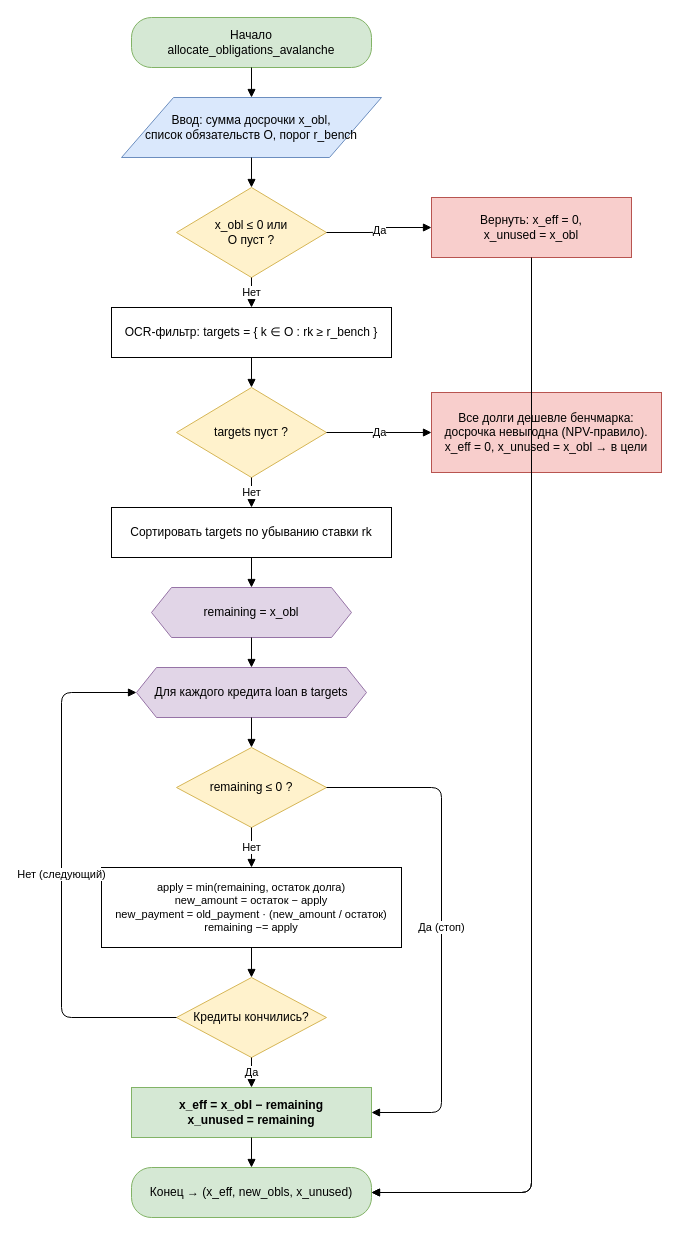
This is docs/diagrams/02_avalanche_GOST.drawio from vevdokimovm/personal-finance-dss, a draw.io file, before an edit. Source tidied: cells renumbered, new cells numbered last; positions are measured from the earlier drawing's top-left corner, leaving out a move shared by most shapes. Both pictures are drawn from the tidied source at 100%, with x=0, y=0 at pixel (61, 17).
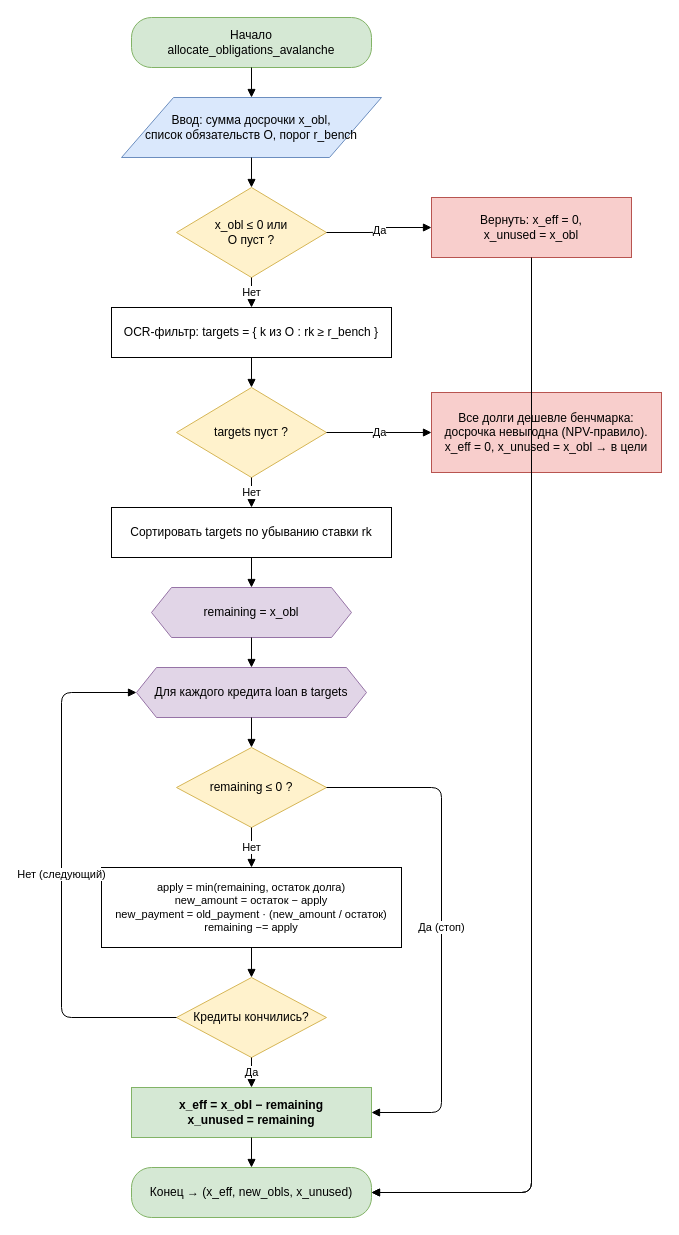
The same diagram, later.

The edit, as a diff of the source:
```diff
@@
-    <mxCell id="6" value="OCR-фильтр: targets = { k ∈ O : rk ≥ r_bench }" style="rounded=0;whiteSpace=wrap;html=1;fillColor=#ffffff;strokeColor=#000000;fontSize=12;" parent="1" vertex="1">
+    <mxCell id="6" value="OCR-фильтр: targets = { k из O : rk ≥ r_bench }" style="rounded=0;whiteSpace=wrap;html=1;fillColor=#ffffff;strokeColor=#000000;fontSize=12;" parent="1" vertex="1">
       <mxGeometry x="50" y="290" width="280" height="50" as="geometry" />
     </mxCell>
```
